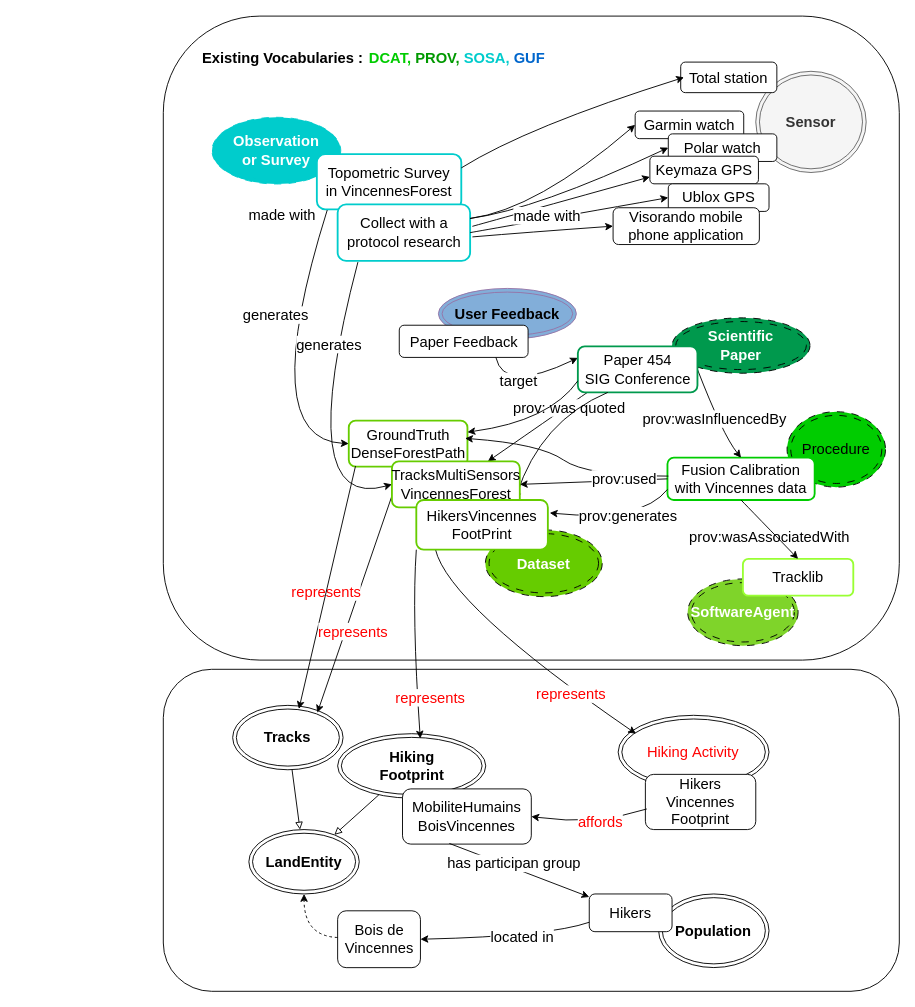
This is page "Schéma 2 article" (3 of 3) of docs/diagrams/model_KG.drawio from IntForOut/outdoorPressure, a draw.io file, before an edit. Source tidied: cells renumbered, new cells numbered last; positions are measured from the earlier drawing's top-left corner, leaving out a move shared by most shapes. Both pictures are drawn from the tidied source at 92%, with x=0, y=0 at pixel (163, 16).
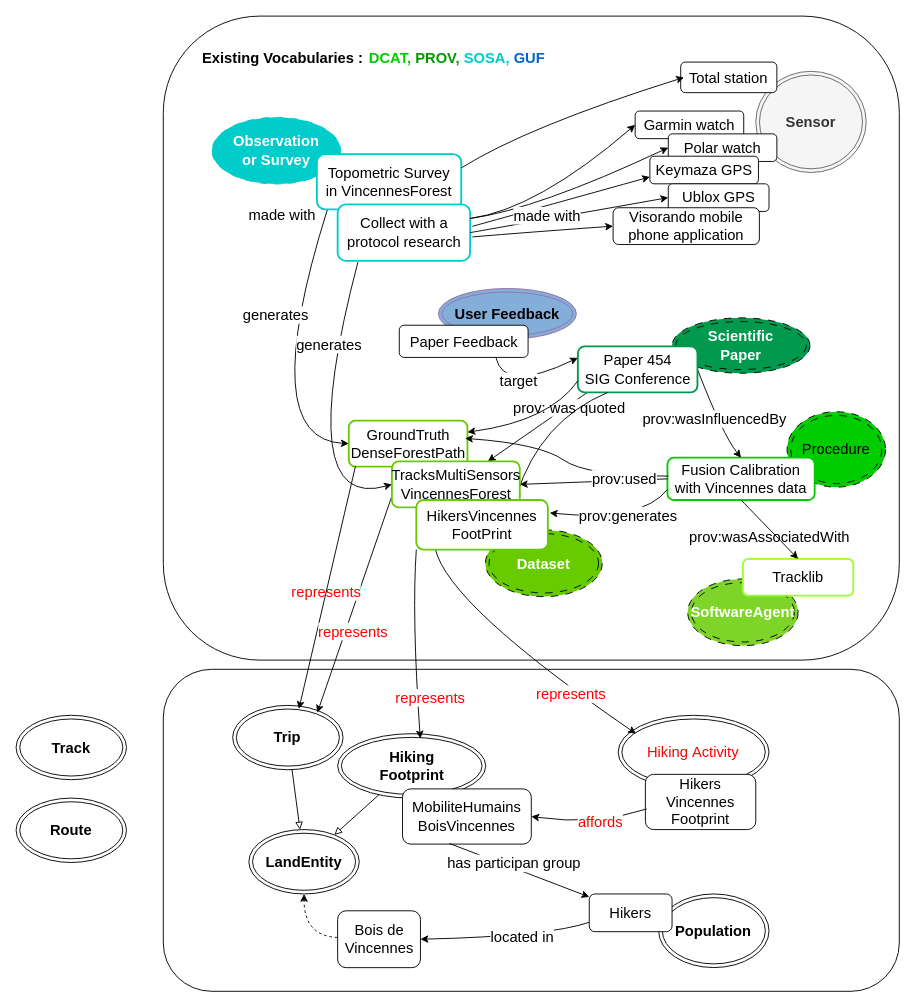
The same diagram, later.

Commit message:
Mettre à jour model_KG.drawio

Change to the diagram source:
```diff
@@
-    <mxCell id="61" value="&lt;b&gt;Tracks&lt;/b&gt;" style="ellipse;shape=doubleEllipse;whiteSpace=wrap;html=1;fontSize=16;" parent="1" vertex="1">
+    <mxCell id="61" value="&lt;b&gt;Trip&lt;/b&gt;" style="ellipse;shape=doubleEllipse;whiteSpace=wrap;html=1;fontSize=16;" parent="1" vertex="1">
       <mxGeometry x="75.4" y="749.2" width="120" height="70" as="geometry" />
     </mxCell>
@@
+    <mxCell id="82" value="&lt;b&gt;Track&lt;/b&gt;" style="ellipse;shape=doubleEllipse;whiteSpace=wrap;html=1;fontSize=16;" parent="1" vertex="1">
+      <mxGeometry x="-160" y="760" width="120" height="70" as="geometry" />
+    </mxCell>
+    <mxCell id="83" value="&lt;b&gt;Route&lt;/b&gt;" style="ellipse;shape=doubleEllipse;whiteSpace=wrap;html=1;fontSize=16;" parent="1" vertex="1">
+      <mxGeometry x="-160" y="850" width="120" height="70" as="geometry" />
+    </mxCell>
```
